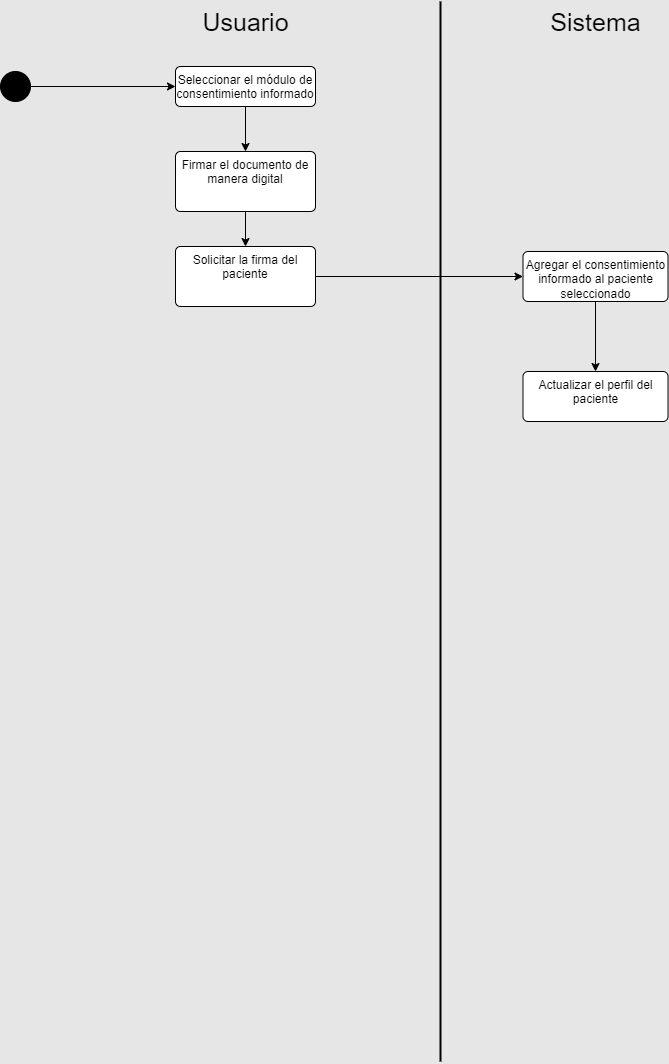
The draw.io diagram Diagrama de actividad/Bitacora.png in CH3MOO/SpecialityX, before a commit. Source tidied: cells renumbered, new cells last; positions are measured from the earlier drawing's top-left corner, leaving out a move shared by most shapes.
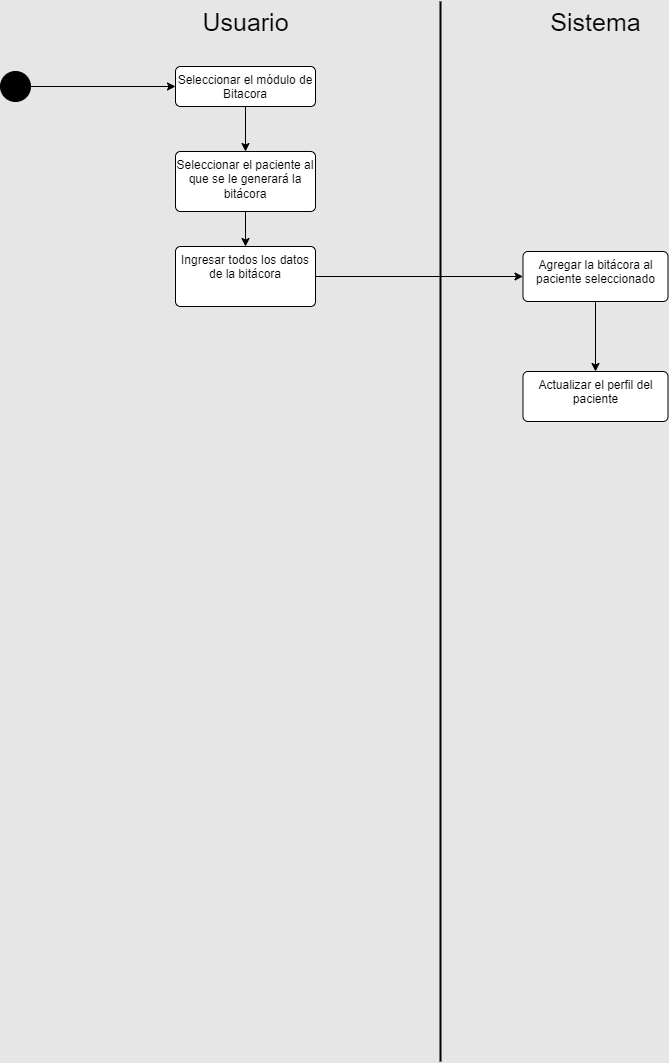
After the commit.

Change to the diagram source:
```diff
@@ -23,13 +23,13 @@
     <mxCell id="7" style="edgeStyle=orthogonalEdgeStyle;rounded=0;jettySize=auto;html=1;" parent="1" edge="1" source="8" target="15">
       <mxGeometry relative="1" as="geometry" />
     </mxCell>
-    <mxCell id="8" value="Seleccionar el módulo de consentimiento informado" style="html=1;align=center;verticalAlign=top;rounded=1;absoluteArcSize=1;arcSize=10;dashed=0;whiteSpace=wrap;" parent="1" vertex="1">
+    <mxCell id="8" value="Seleccionar el módulo de Bitacora" style="html=1;align=center;verticalAlign=top;rounded=1;absoluteArcSize=1;arcSize=10;dashed=0;whiteSpace=wrap;" parent="1" vertex="1">
       <mxGeometry x="175" y="65" width="140" height="40" as="geometry" />
     </mxCell>
     <mxCell id="9" style="edgeStyle=orthogonalEdgeStyle;rounded=0;jettySize=auto;html=1;" parent="1" edge="1" source="10" target="13">
       <mxGeometry relative="1" as="geometry" />
     </mxCell>
-    <mxCell id="10" value="Solicitar la firma del paciente" style="html=1;align=center;verticalAlign=top;rounded=1;absoluteArcSize=1;arcSize=10;dashed=0;whiteSpace=wrap;" parent="1" vertex="1">
+    <mxCell id="10" value="Ingresar todos los datos de la bitácora" style="html=1;align=center;verticalAlign=top;rounded=1;absoluteArcSize=1;arcSize=10;dashed=0;whiteSpace=wrap;" parent="1" vertex="1">
       <mxGeometry x="175" y="245" width="140" height="60" as="geometry" />
     </mxCell>
     <mxCell id="11" value="Actualizar el perfil del paciente" style="html=1;align=center;verticalAlign=top;rounded=1;absoluteArcSize=1;arcSize=10;dashed=0;whiteSpace=wrap;" parent="1" vertex="1">
@@ -38,13 +38,13 @@
     <mxCell id="12" style="edgeStyle=orthogonalEdgeStyle;rounded=0;jettySize=auto;html=1;" parent="1" edge="1" source="13" target="11">
       <mxGeometry relative="1" as="geometry" />
     </mxCell>
-    <mxCell id="13" value="Agregar el consentimiento informado al paciente seleccionado" style="html=1;align=center;verticalAlign=top;rounded=1;absoluteArcSize=1;arcSize=10;dashed=0;whiteSpace=wrap;" parent="1" vertex="1">
+    <mxCell id="13" value="Agregar la bitácora al paciente seleccionado" style="html=1;align=center;verticalAlign=top;rounded=1;absoluteArcSize=1;arcSize=10;dashed=0;whiteSpace=wrap;" parent="1" vertex="1">
       <mxGeometry x="522.5" y="250" width="145" height="50" as="geometry" />
     </mxCell>
     <mxCell id="14" style="edgeStyle=orthogonalEdgeStyle;rounded=0;jettySize=auto;html=1;" parent="1" edge="1" source="15" target="10">
       <mxGeometry relative="1" as="geometry" />
     </mxCell>
-    <mxCell id="15" value="Firmar el documento de manera digital" style="html=1;align=center;verticalAlign=top;rounded=1;absoluteArcSize=1;arcSize=10;dashed=0;whiteSpace=wrap;" parent="1" vertex="1">
+    <mxCell id="15" value="Seleccionar el paciente al que se le generará la bitácora" style="html=1;align=center;verticalAlign=top;rounded=1;absoluteArcSize=1;arcSize=10;dashed=0;whiteSpace=wrap;" parent="1" vertex="1">
       <mxGeometry x="175" y="150" width="140" height="60" as="geometry" />
     </mxCell>
   </root>
```
